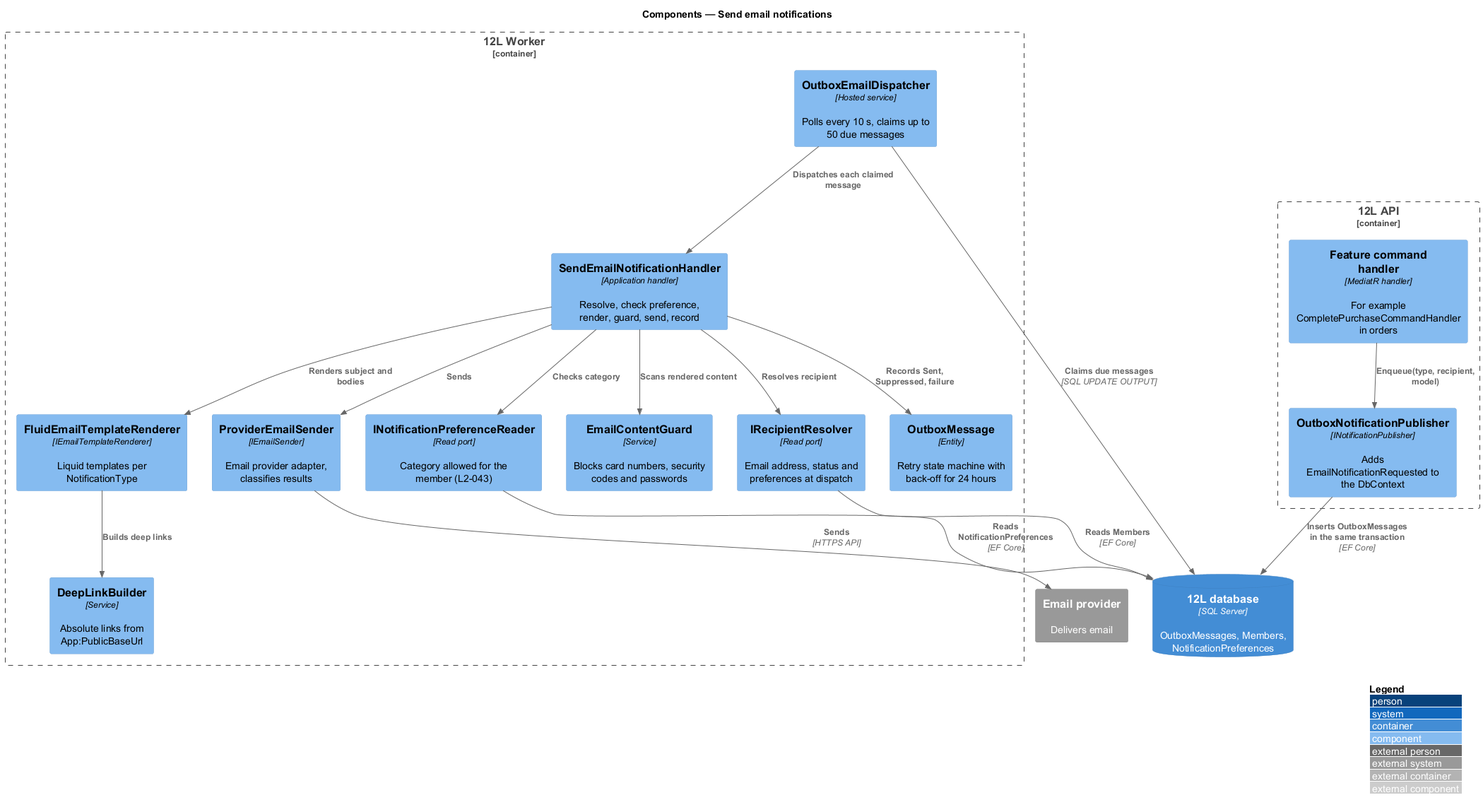
The PlantUML diagram docs/detailed-designs/notifications/send-email-notifications/diagrams/c4-component.png in QuinntyneBrown/12l, before a commit. Source of this version:
```plantuml
@startuml
!include <C4/C4_Component>
LAYOUT_WITH_LEGEND()
title Components — Send email notifications

Container_Boundary(api, "12L API") {
  Component(producer, "Feature command handler", "MediatR handler", "For example CompletePurchaseCommandHandler in orders")
  Component(publisher, "OutboxNotificationPublisher", "INotificationPublisher", "Adds EmailNotificationRequested to the DbContext")
}
Container_Boundary(worker, "12L Worker") {
  Component(dispatcher, "OutboxEmailDispatcher", "Hosted service", "Polls every 10 s, claims up to 50 due messages")
  Component(handler, "SendEmailNotificationHandler", "Application handler", "Resolve, check preference, render, guard, send, record")
  Component(resolver, "IRecipientResolver", "Read port", "Email address, status and preferences at dispatch")
  Component(prefs, "INotificationPreferenceReader", "Read port", "Category allowed for the member (L2-043)")
  Component(renderer, "FluidEmailTemplateRenderer", "IEmailTemplateRenderer", "Liquid templates per NotificationType")
  Component(links, "DeepLinkBuilder", "Service", "Absolute links from App:PublicBaseUrl")
  Component(guard, "EmailContentGuard", "Service", "Blocks card numbers, security codes and passwords")
  Component(sender, "ProviderEmailSender", "IEmailSender", "Email provider adapter, classifies results")
  Component(outbox, "OutboxMessage", "Entity", "Retry state machine with back-off for 24 hours")
}
ContainerDb(db, "12L database", "SQL Server", "OutboxMessages, Members, NotificationPreferences")
System_Ext(email, "Email provider", "Delivers email")

Rel(producer, publisher, "Enqueue(type, recipient, model)")
Rel(publisher, db, "Inserts OutboxMessages in the same transaction", "EF Core")
Rel(dispatcher, db, "Claims due messages", "SQL UPDATE OUTPUT")
Rel(dispatcher, handler, "Dispatches each claimed message")
Rel(handler, resolver, "Resolves recipient")
Rel(handler, prefs, "Checks category")
Rel(handler, renderer, "Renders subject and bodies")
Rel(renderer, links, "Builds deep links")
Rel(handler, guard, "Scans rendered content")
Rel(handler, sender, "Sends")
Rel(handler, outbox, "Records Sent, Suppressed, failure")
Rel(sender, email, "Sends", "HTTPS API")
Rel(resolver, db, "Reads Members", "EF Core")
Rel(prefs, db, "Reads NotificationPreferences", "EF Core")
@enduml
```
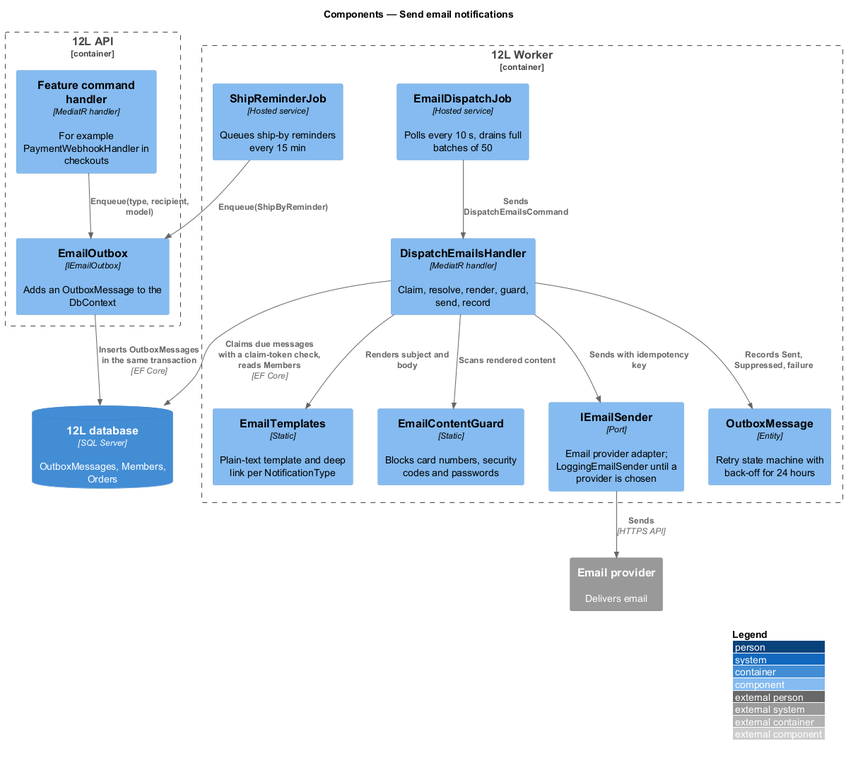
After the change.

Change to the diagram source:
```diff
@@ -4,35 +4,29 @@
 title Components — Send email notifications
 
 Container_Boundary(api, "12L API") {
-  Component(producer, "Feature command handler", "MediatR handler", "For example CompletePurchaseCommandHandler in orders")
-  Component(publisher, "OutboxNotificationPublisher", "INotificationPublisher", "Adds EmailNotificationRequested to the DbContext")
+  Component(producer, "Feature command handler", "MediatR handler", "For example PaymentWebhookHandler in checkouts")
+  Component(publisher, "EmailOutbox", "IEmailOutbox", "Adds an OutboxMessage to the DbContext")
 }
 Container_Boundary(worker, "12L Worker") {
-  Component(dispatcher, "OutboxEmailDispatcher", "Hosted service", "Polls every 10 s, claims up to 50 due messages")
-  Component(handler, "SendEmailNotificationHandler", "Application handler", "Resolve, check preference, render, guard, send, record")
-  Component(resolver, "IRecipientResolver", "Read port", "Email address, status and preferences at dispatch")
-  Component(prefs, "INotificationPreferenceReader", "Read port", "Category allowed for the member (L2-043)")
-  Component(renderer, "FluidEmailTemplateRenderer", "IEmailTemplateRenderer", "Liquid templates per NotificationType")
-  Component(links, "DeepLinkBuilder", "Service", "Absolute links from App:PublicBaseUrl")
-  Component(guard, "EmailContentGuard", "Service", "Blocks card numbers, security codes and passwords")
-  Component(sender, "ProviderEmailSender", "IEmailSender", "Email provider adapter, classifies results")
+  Component(dispatcher, "EmailDispatchJob", "Hosted service", "Polls every 10 s, drains full batches of 50")
+  Component(reminders, "ShipReminderJob", "Hosted service", "Queues ship-by reminders every 15 min")
+  Component(handler, "DispatchEmailsHandler", "MediatR handler", "Claim, resolve, render, guard, send, record")
+  Component(renderer, "EmailTemplates", "Static", "Plain-text template and deep link per NotificationType")
+  Component(guard, "EmailContentGuard", "Static", "Blocks card numbers, security codes and passwords")
+  Component(sender, "IEmailSender", "Port", "Email provider adapter; LoggingEmailSender until a provider is chosen")
   Component(outbox, "OutboxMessage", "Entity", "Retry state machine with back-off for 24 hours")
 }
-ContainerDb(db, "12L database", "SQL Server", "OutboxMessages, Members, NotificationPreferences")
+ContainerDb(db, "12L database", "SQL Server", "OutboxMessages, Members, Orders")
 System_Ext(email, "Email provider", "Delivers email")
 
 Rel(producer, publisher, "Enqueue(type, recipient, model)")
 Rel(publisher, db, "Inserts OutboxMessages in the same transaction", "EF Core")
-Rel(dispatcher, db, "Claims due messages", "SQL UPDATE OUTPUT")
-Rel(dispatcher, handler, "Dispatches each claimed message")
-Rel(handler, resolver, "Resolves recipient")
-Rel(handler, prefs, "Checks category")
-Rel(handler, renderer, "Renders subject and bodies")
-Rel(renderer, links, "Builds deep links")
+Rel(reminders, publisher, "Enqueue(ShipByReminder)")
+Rel(dispatcher, handler, "Sends DispatchEmailsCommand")
+Rel(handler, db, "Claims due messages with a claim-token check, reads Members", "EF Core")
+Rel(handler, renderer, "Renders subject and body")
 Rel(handler, guard, "Scans rendered content")
-Rel(handler, sender, "Sends")
+Rel(handler, sender, "Sends with idempotency key")
 Rel(handler, outbox, "Records Sent, Suppressed, failure")
 Rel(sender, email, "Sends", "HTTPS API")
-Rel(resolver, db, "Reads Members", "EF Core")
-Rel(prefs, db, "Reads NotificationPreferences", "EF Core")
 @enduml
```
